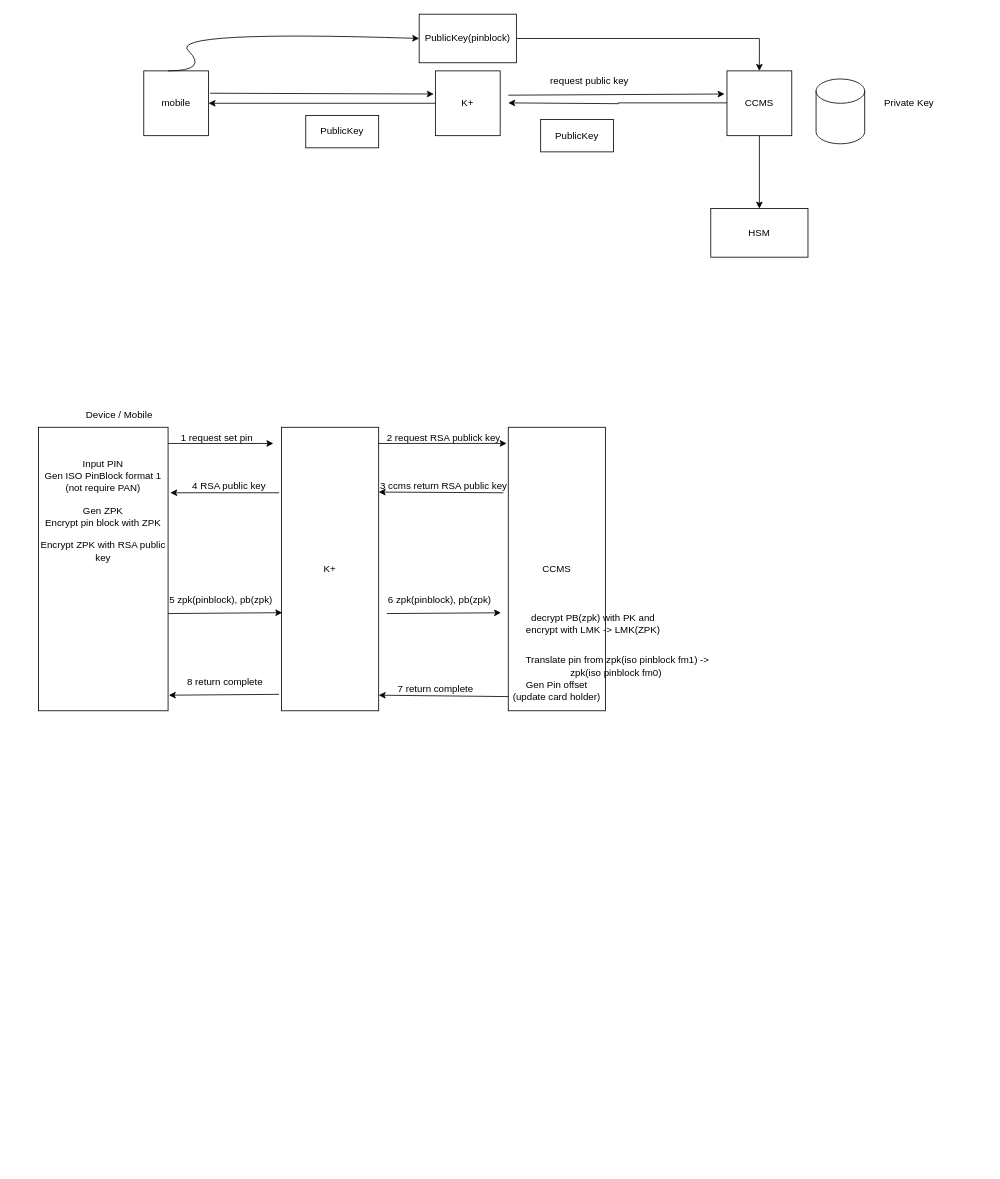
The draw.io diagram page "K+_Change_Pin" (7 of 11) of CCMS_Diagram.drawio in chawaratr/drawio, before the edit. Source tidied: cells renumbered, new cells numbered last; positions are measured from the earlier drawing's top-left corner, leaving out a move shared by most shapes. Both pictures are drawn from the tidied source at 81%, with x=0, y=0 at pixel (38, 14).
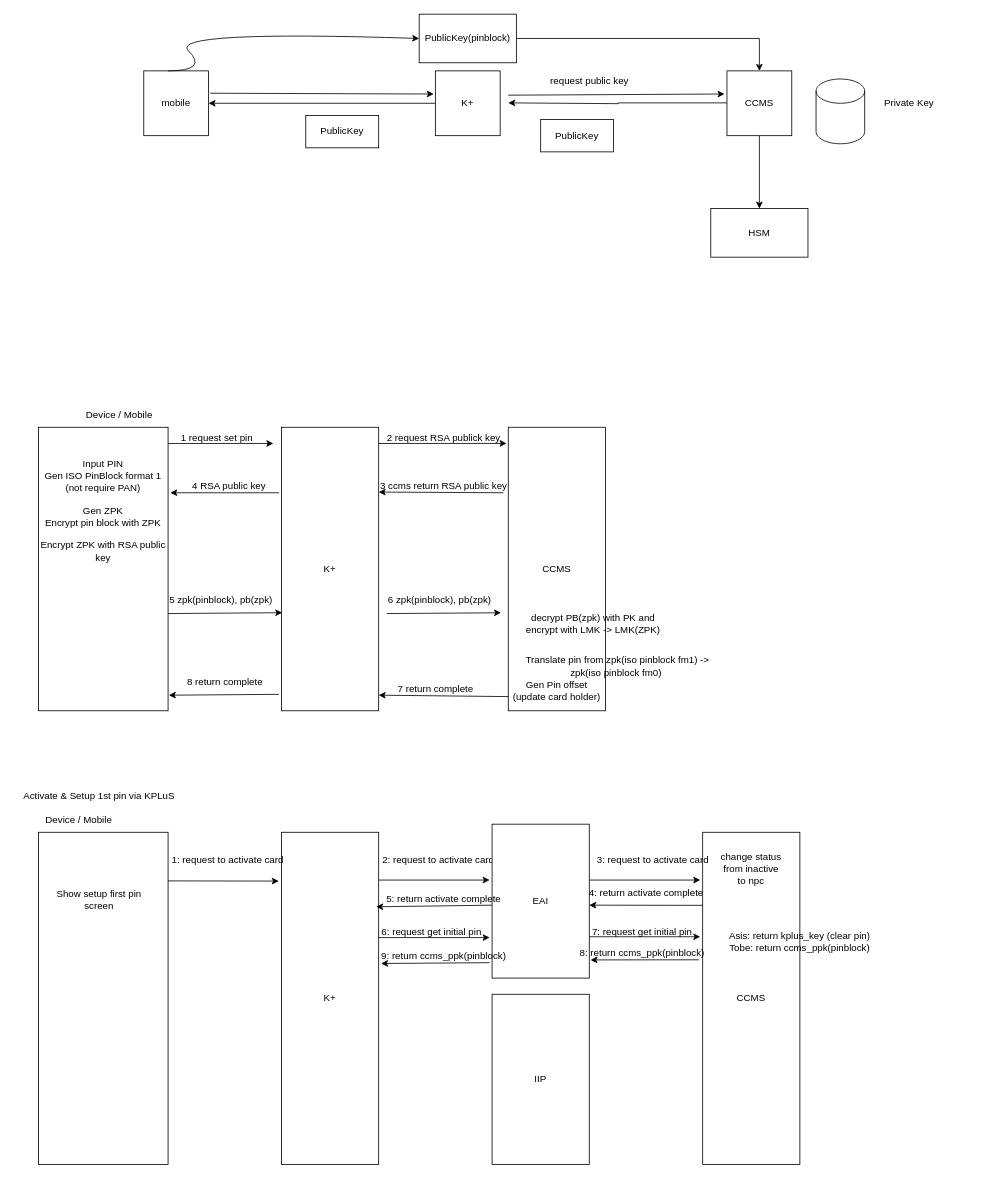
The same page after the edit.

Change to the diagram source:
```diff
@@
+    <mxCell id="43" style="rounded=0;whiteSpace=wrap;html=1;" parent="1" vertex="1">
+      <mxGeometry y="1010" width="160" height="410" as="geometry" />
+    </mxCell>
+    <mxCell id="44" value="Activate &amp;amp; Setup 1st pin via KPLuS" style="text;html=1;align=center;verticalAlign=middle;whiteSpace=wrap;rounded=0;" parent="1" vertex="1">
+      <mxGeometry x="-30" y="950" width="210" height="30" as="geometry" />
+    </mxCell>
+    <mxCell id="45" value="K+" style="rounded=0;whiteSpace=wrap;html=1;" parent="1" vertex="1">
+      <mxGeometry x="300" y="1010" width="120" height="410" as="geometry" />
+    </mxCell>
+    <mxCell id="46" value="IIP" style="rounded=0;whiteSpace=wrap;html=1;" parent="1" vertex="1">
+      <mxGeometry x="560" y="1210" width="120" height="210" as="geometry" />
+    </mxCell>
+    <mxCell id="47" value="CCMS" style="rounded=0;whiteSpace=wrap;html=1;" parent="1" vertex="1">
+      <mxGeometry x="820" y="1010" width="120" height="410" as="geometry" />
+    </mxCell>
+    <mxCell id="48" value="Device / Mobile" style="text;html=1;strokeColor=none;fillColor=none;align=center;verticalAlign=middle;whiteSpace=wrap;rounded=0;" parent="1" vertex="1">
+      <mxGeometry y="980" width="100" height="30" as="geometry" />
+    </mxCell>
+    <mxCell id="49" style="endArrow=classic;html=1;rounded=0;entryX=-0.028;entryY=0.147;entryDx=0;entryDy=0;entryPerimeter=0;" parent="1" edge="1" target="45">
+      <mxGeometry relative="1" as="geometry">
+        <mxPoint x="160" y="1070" as="sourcePoint" />
+      </mxGeometry>
+    </mxCell>
+    <mxCell id="50" value="1: request to activate card&amp;nbsp;" style="text;html=1;align=center;verticalAlign=middle;strokeColor=none;fillColor=none;" parent="1" vertex="1">
+      <mxGeometry x="155" y="1030" width="160" height="30" as="geometry" />
+    </mxCell>
+    <mxCell id="51" value="2: request to activate card&amp;nbsp;" style="text;html=1;align=center;verticalAlign=middle;strokeColor=none;fillColor=none;" parent="1" vertex="1">
+      <mxGeometry x="415" y="1030" width="160" height="30" as="geometry" />
+    </mxCell>
+    <mxCell id="52" style="endArrow=classic;html=1;rounded=0;entryX=-0.028;entryY=0.147;entryDx=0;entryDy=0;entryPerimeter=0;" parent="1" edge="1">
+      <mxGeometry relative="1" as="geometry">
+        <mxPoint x="420" y="1069" as="sourcePoint" />
+        <mxPoint x="557" y="1069" as="targetPoint" />
+      </mxGeometry>
+    </mxCell>
+    <mxCell id="53" value="EAI" style="rounded=0;whiteSpace=wrap;html=1;" parent="1" vertex="1">
+      <mxGeometry x="560" y="1000" width="120" height="190" as="geometry" />
+    </mxCell>
+    <mxCell id="54" style="endArrow=classic;html=1;rounded=0;entryX=-0.028;entryY=0.147;entryDx=0;entryDy=0;entryPerimeter=0;" parent="1" edge="1">
+      <mxGeometry relative="1" as="geometry">
+        <mxPoint x="680" y="1069" as="sourcePoint" />
+        <mxPoint x="817" y="1069" as="targetPoint" />
+      </mxGeometry>
+    </mxCell>
+    <mxCell id="55" value="3: request to activate card&amp;nbsp;" style="text;html=1;align=center;verticalAlign=middle;strokeColor=none;fillColor=none;" parent="1" vertex="1">
+      <mxGeometry x="680" y="1030" width="160" height="30" as="geometry" />
+    </mxCell>
+    <mxCell id="56" value="change status from inactive to npc" style="text;html=1;align=center;verticalAlign=middle;whiteSpace=wrap;rounded=0;" parent="1" vertex="1">
+      <mxGeometry x="840" y="1040" width="80" height="30" as="geometry" />
+    </mxCell>
+    <mxCell id="57" style="endArrow=classic;html=1;rounded=0;exitX=0;exitY=0.22;exitDx=0;exitDy=0;exitPerimeter=0;" parent="1" edge="1" source="47">
+      <mxGeometry relative="1" as="geometry">
+        <mxPoint x="680" y="1100" as="targetPoint" />
+      </mxGeometry>
+    </mxCell>
+    <mxCell id="58" value="4: return activate complete" style="text;html=1;align=center;verticalAlign=middle;strokeColor=none;fillColor=none;" parent="1" vertex="1">
+      <mxGeometry x="670" y="1070" width="160" height="30" as="geometry" />
+    </mxCell>
+    <mxCell id="59" style="endArrow=classic;html=1;rounded=0;exitX=0;exitY=0.22;exitDx=0;exitDy=0;exitPerimeter=0;entryX=0.972;entryY=0.616;entryDx=0;entryDy=0;entryPerimeter=0;" parent="1" edge="1">
+      <mxGeometry relative="1" as="geometry">
+        <mxPoint x="560" y="1100" as="sourcePoint" />
+        <mxPoint x="417" y="1102" as="targetPoint" />
+      </mxGeometry>
+    </mxCell>
+    <mxCell id="60" value="5: return activate complete" style="text;html=1;align=center;verticalAlign=middle;strokeColor=none;fillColor=none;" parent="1" vertex="1">
+      <mxGeometry x="420" y="1078" width="160" height="30" as="geometry" />
+    </mxCell>
+    <mxCell id="61" value="Show setup first pin screen" style="text;html=1;align=center;verticalAlign=middle;whiteSpace=wrap;rounded=0;" parent="1" vertex="1">
+      <mxGeometry x="20" y="1078" width="110" height="30" as="geometry" />
+    </mxCell>
+    <mxCell id="62" style="endArrow=classic;html=1;rounded=0;entryX=-0.028;entryY=0.147;entryDx=0;entryDy=0;entryPerimeter=0;" parent="1" edge="1">
+      <mxGeometry relative="1" as="geometry">
+        <mxPoint x="420" y="1140" as="sourcePoint" />
+        <mxPoint x="557" y="1140" as="targetPoint" />
+      </mxGeometry>
+    </mxCell>
+    <mxCell id="63" value="6: request get initial pin" style="text;html=1;align=center;verticalAlign=middle;strokeColor=none;fillColor=none;" parent="1" vertex="1">
+      <mxGeometry x="410" y="1118" width="150" height="30" as="geometry" />
+    </mxCell>
+    <mxCell id="64" style="endArrow=classic;html=1;rounded=0;entryX=-0.028;entryY=0.147;entryDx=0;entryDy=0;entryPerimeter=0;" parent="1" edge="1">
+      <mxGeometry relative="1" as="geometry">
+        <mxPoint x="680" y="1139" as="sourcePoint" />
+        <mxPoint x="817" y="1139" as="targetPoint" />
+      </mxGeometry>
+    </mxCell>
+    <mxCell id="65" value="7: request get initial pin" style="text;html=1;align=center;verticalAlign=middle;strokeColor=none;fillColor=none;" parent="1" vertex="1">
+      <mxGeometry x="670" y="1118" width="150" height="30" as="geometry" />
+    </mxCell>
+    <mxCell id="66" style="endArrow=classic;html=1;rounded=0;exitX=-0.037;exitY=0.384;exitDx=0;exitDy=0;exitPerimeter=0;entryX=1.013;entryY=0.882;entryDx=0;entryDy=0;entryPerimeter=0;" parent="1" edge="1" source="47" target="53">
+      <mxGeometry relative="1" as="geometry" />
+    </mxCell>
+    <mxCell id="67" value="8: return ccms_ppk(pinblock)" style="text;html=1;align=center;verticalAlign=middle;strokeColor=none;fillColor=none;" parent="1" vertex="1">
+      <mxGeometry x="655" y="1144" width="180" height="30" as="geometry" />
+    </mxCell>
+    <mxCell id="68" value="Asis: return kplus_key (clear pin)&lt;div&gt;Tobe: return ccms_ppk(pinblock)&lt;/div&gt;" style="text;html=1;align=center;verticalAlign=middle;whiteSpace=wrap;rounded=0;" parent="1" vertex="1">
+      <mxGeometry x="840" y="1130" width="200" height="30" as="geometry" />
+    </mxCell>
+    <mxCell id="69" style="endArrow=classic;html=1;rounded=0;exitX=-0.037;exitY=0.384;exitDx=0;exitDy=0;exitPerimeter=0;entryX=1.013;entryY=0.882;entryDx=0;entryDy=0;entryPerimeter=0;" parent="1" edge="1">
+      <mxGeometry relative="1" as="geometry">
+        <mxPoint x="557" y="1171" as="sourcePoint" />
+        <mxPoint x="423" y="1172" as="targetPoint" />
+      </mxGeometry>
+    </mxCell>
+    <mxCell id="70" value="9: return ccms_ppk(pinblock)" style="text;html=1;align=center;verticalAlign=middle;strokeColor=none;fillColor=none;" parent="1" vertex="1">
+      <mxGeometry x="410" y="1148" width="180" height="30" as="geometry" />
+    </mxCell>
```
